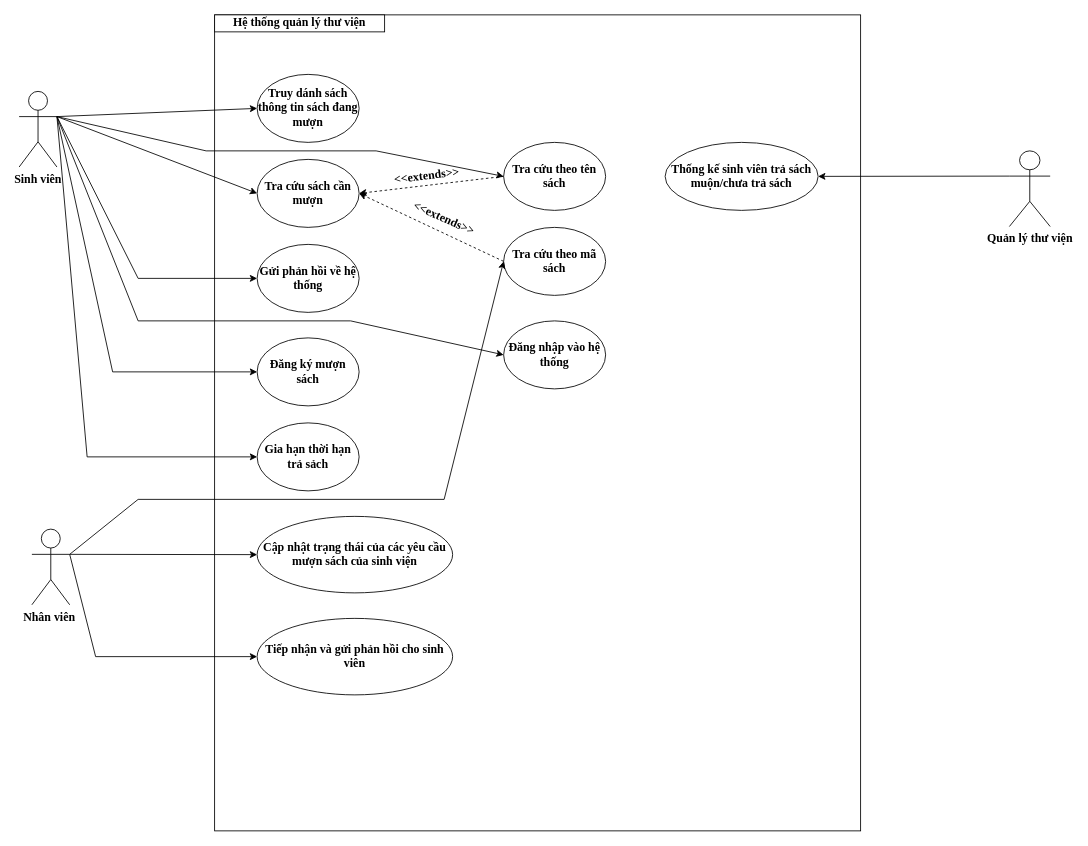
The draw.io diagram Library.drawio in MinhNgoc61021/PM, before the edit. Source tidied: cells renumbered, new cells numbered last; positions are measured from the earlier drawing's top-left corner, leaving out a move shared by most shapes. Both pictures are drawn from the tidied source at 85%, with x=0, y=0 at pixel (19, 14).
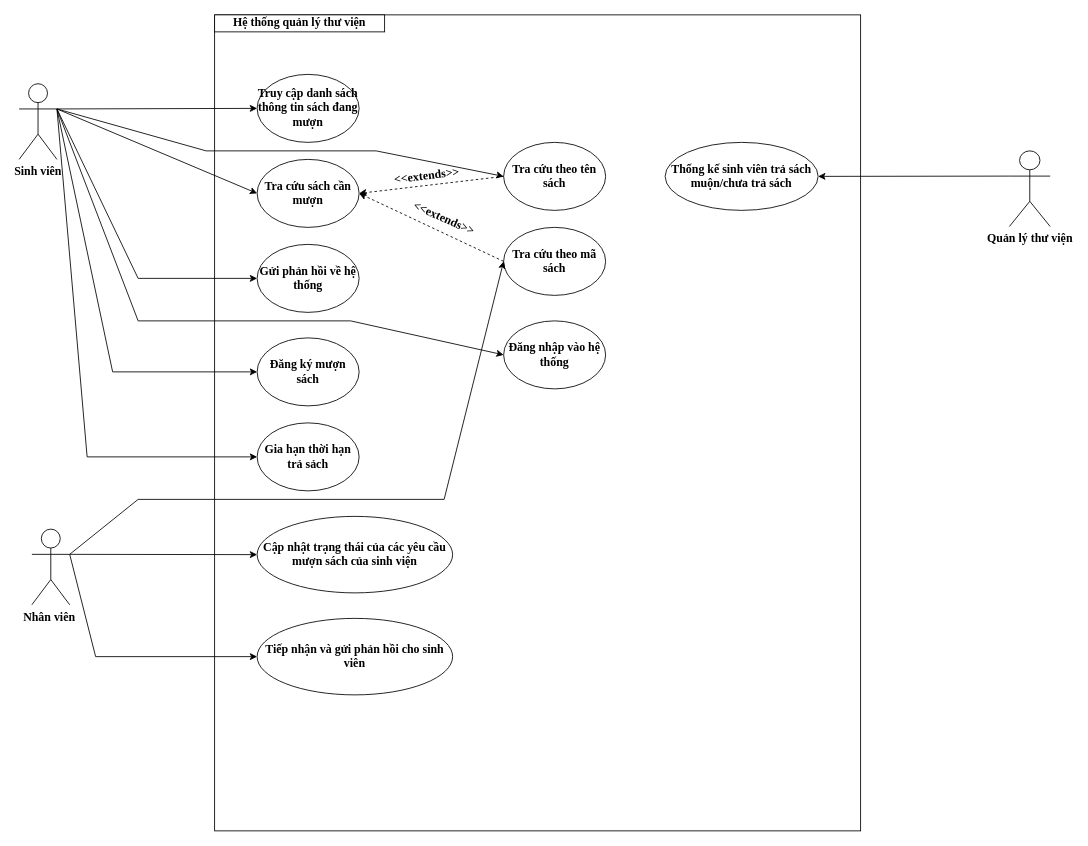
The same diagram, later.

Commit message (it also covers changes not shown here):
Cập nhật thêm

What changed in the source:
```diff
@@
-    <mxCell id="3" value="Truy dánh sách thông tin sách đang mượn" style="ellipse;whiteSpace=wrap;html=1;fontFamily=Times New Roman;fontSize=14;fontStyle=1;" parent="1" vertex="1">
+    <mxCell id="3" value="Truy cập danh sách thông tin sách đang mượn" style="ellipse;whiteSpace=wrap;html=1;fontFamily=Times New Roman;fontSize=14;fontStyle=1;" parent="1" vertex="1">
       <mxGeometry x="280" y="70" width="120" height="80" as="geometry" />
     </mxCell>
@@
     <mxCell id="5" value="Sinh viên" style="shape=umlActor;verticalLabelPosition=bottom;labelBackgroundColor=#ffffff;verticalAlign=top;html=1;outlineConnect=0;fontFamily=Times New Roman;fontSize=14;fontStyle=1;" parent="1" vertex="1">
-      <mxGeometry y="90" width="44.5" height="89" as="geometry" />
+      <mxGeometry y="81" width="44.5" height="89" as="geometry" />
     </mxCell>
```
